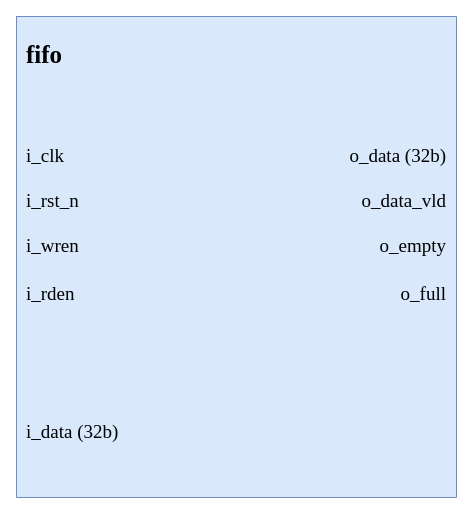
Before: block_diagram/fifo.drawio in AGILAB-NTNU/ic-lab02-mac, a draw.io diagram. Source tidied: cells renumbered, new cells numbered last; positions are measured from the earlier drawing's top-left corner, leaving out a move shared by most shapes. Both pictures are drawn from the tidied source at 100%, with x=0, y=0 at pixel (16, 16).
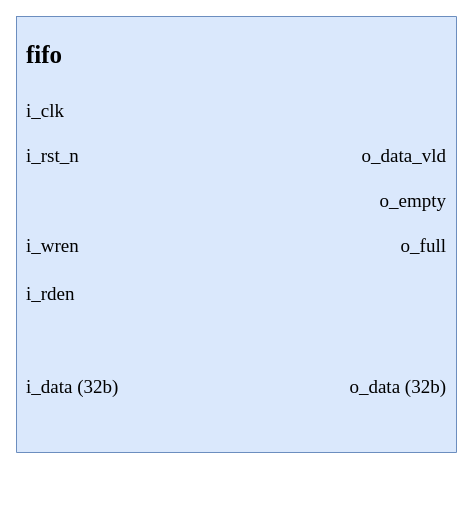
Above is the later version.

Commit message (it also covers changes not shown here):
Add block diagram for PE MAC controller in Draw.io format

Unchanged cells that the change refers to:
```xml
<mxCell id="19" style="shape=tableRow;horizontal=0;startSize=0;swimlaneHead=0;swimlaneBody=0;strokeColor=inherit;top=0;left=0;bottom=0;right=0;fillColor=none;fontSize=19;fontFamily=Times New Roman;spacing=1;strokeOpacity=100;fillOpacity=20;" parent="2" vertex="1">
  <mxGeometry y="205" width="440" height="45" as="geometry" />
</mxCell>
<mxCell id="23" style="shape=tableRow;horizontal=0;startSize=0;swimlaneHead=0;swimlaneBody=0;strokeColor=inherit;top=0;left=0;bottom=0;right=0;fillColor=none;fontSize=19;fontFamily=Times New Roman;spacing=1;strokeOpacity=100;fillOpacity=20;" parent="2" vertex="1">
  <mxGeometry y="250" width="440" height="51" as="geometry" />
</mxCell>
```

The edit, as a diff of the source:
```diff
@@
     <mxCell id="2" style="shape=table;startSize=0;childLayout=tableLayout;fontSize=19;columnLines=0;rowLines=0;fillColor=#dae8fc;strokeColor=#6c8ebf;noLabel=0;rounded=0;strokeOpacity=100;labelBorderColor=none;fontFamily=Times New Roman;spacing=1;fillOpacity=100;resizeLastRow=0;" parent="1" vertex="1">
-      <mxGeometry width="440" height="481" as="geometry" />
+      <mxGeometry width="440" height="436" as="geometry" />
     </mxCell>
@@
-    <mxCell id="7" style="shape=tableRow;horizontal=0;startSize=0;swimlaneHead=0;swimlaneBody=0;strokeColor=inherit;top=0;left=0;bottom=0;right=0;fillColor=none;fontSize=19;fontFamily=Times New Roman;spacing=1;strokeOpacity=100;fillOpacity=20;" parent="2" vertex="1">
-      <mxGeometry y="70" width="440" height="45" as="geometry" />
-    </mxCell>
-    <mxCell id="8" style="shape=partialRectangle;strokeColor=inherit;overflow=hidden;fillColor=none;top=0;left=0;bottom=0;right=0;fontSize=19;fontFamily=Times New Roman;spacing=10;strokeOpacity=100;fillOpacity=20;align=left;" parent="7" vertex="1">
-      <mxGeometry width="174" height="45" as="geometry" />
-    </mxCell>
-    <mxCell id="9" style="shape=partialRectangle;strokeColor=inherit;overflow=hidden;fillColor=none;top=0;left=0;bottom=0;right=0;fontSize=19;fontFamily=Times New Roman;spacing=10;strokeOpacity=100;fillOpacity=20;" parent="7" vertex="1">
-      <mxGeometry x="174" width="119" height="45" as="geometry" />
-    </mxCell>
-    <mxCell id="10" style="shape=partialRectangle;strokeColor=inherit;overflow=hidden;fillColor=none;top=0;left=0;bottom=0;right=0;fontSize=19;fontFamily=Times New Roman;spacing=10;strokeOpacity=100;fillOpacity=20;align=right;" parent="7" vertex="1">
-      <mxGeometry x="293" width="147" height="45" as="geometry" />
-    </mxCell>
     <mxCell id="11" style="shape=tableRow;horizontal=0;startSize=0;swimlaneHead=0;swimlaneBody=0;strokeColor=inherit;top=0;left=0;bottom=0;right=0;fillColor=none;fontSize=19;fontFamily=Times New Roman;spacing=1;strokeOpacity=100;fillOpacity=20;" parent="2" vertex="1">
-      <mxGeometry y="115" width="440" height="45" as="geometry" />
+      <mxGeometry y="70" width="440" height="45" as="geometry" />
     </mxCell>
@@
-    <mxCell id="14" value="o_data (32b)" style="shape=partialRectangle;strokeColor=inherit;overflow=hidden;fillColor=none;top=0;left=0;bottom=0;right=0;fontSize=19;fontFamily=Times New Roman;spacing=10;strokeOpacity=100;fillOpacity=20;align=right;" parent="11" vertex="1">
+    <mxCell id="14" style="shape=partialRectangle;strokeColor=inherit;overflow=hidden;fillColor=none;top=0;left=0;bottom=0;right=0;fontSize=19;fontFamily=Times New Roman;spacing=10;strokeOpacity=100;fillOpacity=20;align=right;" parent="11" vertex="1">
       <mxGeometry x="293" width="147" height="45" as="geometry" />
     </mxCell>
     <mxCell id="15" style="shape=tableRow;horizontal=0;startSize=0;swimlaneHead=0;swimlaneBody=0;strokeColor=inherit;top=0;left=0;bottom=0;right=0;fillColor=none;fontSize=19;fontFamily=Times New Roman;spacing=1;strokeOpacity=100;fillOpacity=20;" parent="2" vertex="1">
-      <mxGeometry y="160" width="440" height="45" as="geometry" />
+      <mxGeometry y="115" width="440" height="45" as="geometry" />
     </mxCell>
@@
+    <mxCell id="43" style="shape=tableRow;horizontal=0;startSize=0;swimlaneHead=0;swimlaneBody=0;strokeColor=inherit;top=0;left=0;bottom=0;right=0;fillColor=none;fontSize=19;fontFamily=Times New Roman;spacing=1;strokeOpacity=100;fillOpacity=20;" parent="2" vertex="1">
+      <mxGeometry y="160" width="440" height="45" as="geometry" />
+    </mxCell>
+    <mxCell id="44" style="shape=partialRectangle;strokeColor=inherit;overflow=hidden;fillColor=none;top=0;left=0;bottom=0;right=0;fontSize=19;fontFamily=Times New Roman;spacing=10;strokeOpacity=100;fillOpacity=20;align=left;" parent="43" vertex="1">
+      <mxGeometry width="174" height="45" as="geometry" />
+    </mxCell>
+    <mxCell id="45" style="shape=partialRectangle;strokeColor=inherit;overflow=hidden;fillColor=none;top=0;left=0;bottom=0;right=0;fontSize=19;fontFamily=Times New Roman;spacing=10;strokeOpacity=100;fillOpacity=20;" parent="43" vertex="1">
+      <mxGeometry x="174" width="119" height="45" as="geometry" />
+    </mxCell>
+    <mxCell id="46" value="o_empty" style="shape=partialRectangle;strokeColor=inherit;overflow=hidden;fillColor=none;top=0;left=0;bottom=0;right=0;fontSize=19;fontFamily=Times New Roman;spacing=10;strokeOpacity=100;fillOpacity=20;align=right;" parent="43" vertex="1">
+      <mxGeometry x="293" width="147" height="45" as="geometry" />
+    </mxCell>
@@
-    <mxCell id="22" value="o_empty" style="shape=partialRectangle;strokeColor=inherit;overflow=hidden;fillColor=none;top=0;left=0;bottom=0;right=0;fontSize=19;fontFamily=Times New Roman;spacing=10;strokeOpacity=100;fillOpacity=20;align=right;" parent="19" vertex="1">
+    <mxCell id="22" value="o_full" style="shape=partialRectangle;strokeColor=inherit;overflow=hidden;fillColor=none;top=0;left=0;bottom=0;right=0;fontSize=19;fontFamily=Times New Roman;spacing=10;strokeOpacity=100;fillOpacity=20;align=right;" parent="19" vertex="1">
       <mxGeometry x="293" width="147" height="45" as="geometry" />
     </mxCell>
@@
-    <mxCell id="26" value="o_full" style="shape=partialRectangle;strokeColor=inherit;overflow=hidden;fillColor=none;top=0;left=0;bottom=0;right=0;fontSize=19;fontFamily=Times New Roman;spacing=10;strokeOpacity=100;fillOpacity=20;align=right;" parent="23" vertex="1">
+    <mxCell id="26" style="shape=partialRectangle;strokeColor=inherit;overflow=hidden;fillColor=none;top=0;left=0;bottom=0;right=0;fontSize=19;fontFamily=Times New Roman;spacing=10;strokeOpacity=100;fillOpacity=20;align=right;" parent="23" vertex="1">
       <mxGeometry x="293" width="147" height="51" as="geometry" />
     </mxCell>
@@
-    <mxCell id="31" style="shape=tableRow;horizontal=0;startSize=0;swimlaneHead=0;swimlaneBody=0;strokeColor=inherit;top=0;left=0;bottom=0;right=0;fillColor=none;fontSize=19;fontFamily=Times New Roman;spacing=1;strokeOpacity=100;fillOpacity=20;" parent="2" vertex="1">
-      <mxGeometry y="346" width="440" height="45" as="geometry" />
-    </mxCell>
-    <mxCell id="32" style="shape=partialRectangle;strokeColor=inherit;overflow=hidden;fillColor=none;top=0;left=0;bottom=0;right=0;fontSize=19;fontFamily=Times New Roman;spacing=10;strokeOpacity=100;fillOpacity=20;align=left;" parent="31" vertex="1">
-      <mxGeometry width="174" height="45" as="geometry" />
-    </mxCell>
-    <mxCell id="33" style="shape=partialRectangle;strokeColor=inherit;overflow=hidden;fillColor=none;top=0;left=0;bottom=0;right=0;fontSize=19;fontFamily=Times New Roman;spacing=10;strokeOpacity=100;fillOpacity=20;" parent="31" vertex="1">
-      <mxGeometry x="174" width="119" height="45" as="geometry" />
-    </mxCell>
-    <mxCell id="34" style="shape=partialRectangle;strokeColor=inherit;overflow=hidden;fillColor=none;top=0;left=0;bottom=0;right=0;fontSize=19;fontFamily=Times New Roman;spacing=10;strokeOpacity=100;fillOpacity=20;align=right;" parent="31" vertex="1">
-      <mxGeometry x="293" width="147" height="45" as="geometry" />
-    </mxCell>
     <mxCell id="35" style="shape=tableRow;horizontal=0;startSize=0;swimlaneHead=0;swimlaneBody=0;strokeColor=inherit;top=0;left=0;bottom=0;right=0;fillColor=none;fontSize=19;fontFamily=Times New Roman;spacing=1;strokeOpacity=100;fillOpacity=20;" parent="2" vertex="1">
-      <mxGeometry y="391" width="440" height="45" as="geometry" />
+      <mxGeometry y="346" width="440" height="45" as="geometry" />
     </mxCell>
@@
-    <mxCell id="38" style="shape=partialRectangle;strokeColor=inherit;overflow=hidden;fillColor=none;top=0;left=0;bottom=0;right=0;fontSize=19;fontFamily=Times New Roman;spacing=10;strokeOpacity=100;fillOpacity=20;align=right;" parent="35" vertex="1">
+    <mxCell id="38" value="o_data (32b)" style="shape=partialRectangle;strokeColor=inherit;overflow=hidden;fillColor=none;top=0;left=0;bottom=0;right=0;fontSize=19;fontFamily=Times New Roman;spacing=10;strokeOpacity=100;fillOpacity=20;align=right;" parent="35" vertex="1">
       <mxGeometry x="293" width="147" height="45" as="geometry" />
     </mxCell>
     <mxCell id="39" style="shape=tableRow;horizontal=0;startSize=0;swimlaneHead=0;swimlaneBody=0;strokeColor=inherit;top=0;left=0;bottom=0;right=0;fillColor=none;fontSize=19;fontFamily=Times New Roman;spacing=1;strokeOpacity=100;fillOpacity=20;" parent="2" vertex="1">
-      <mxGeometry y="436" width="440" height="45" as="geometry" />
+      <mxGeometry y="391" width="440" height="45" as="geometry" />
     </mxCell>
```
